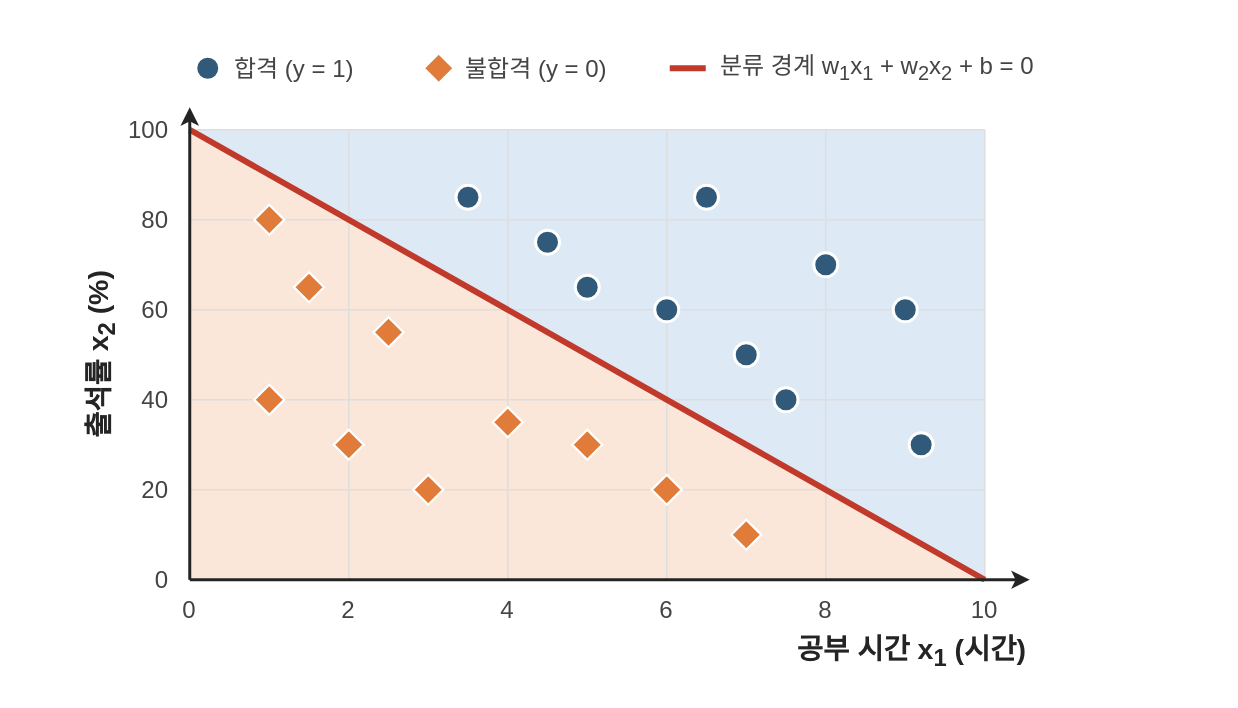
This is site/src/assets/diagrams/perceptron-boundary.drawio from jongbob1918/jongbob1918.github.io, a draw.io file, before an edit. Source tidied: cells renumbered, new cells numbered last; positions are measured from the earlier drawing's top-left corner, leaving out a move shared by most shapes. Both pictures are drawn from the tidied source at 150%, with x=0, y=0 at pixel (-33, 26).
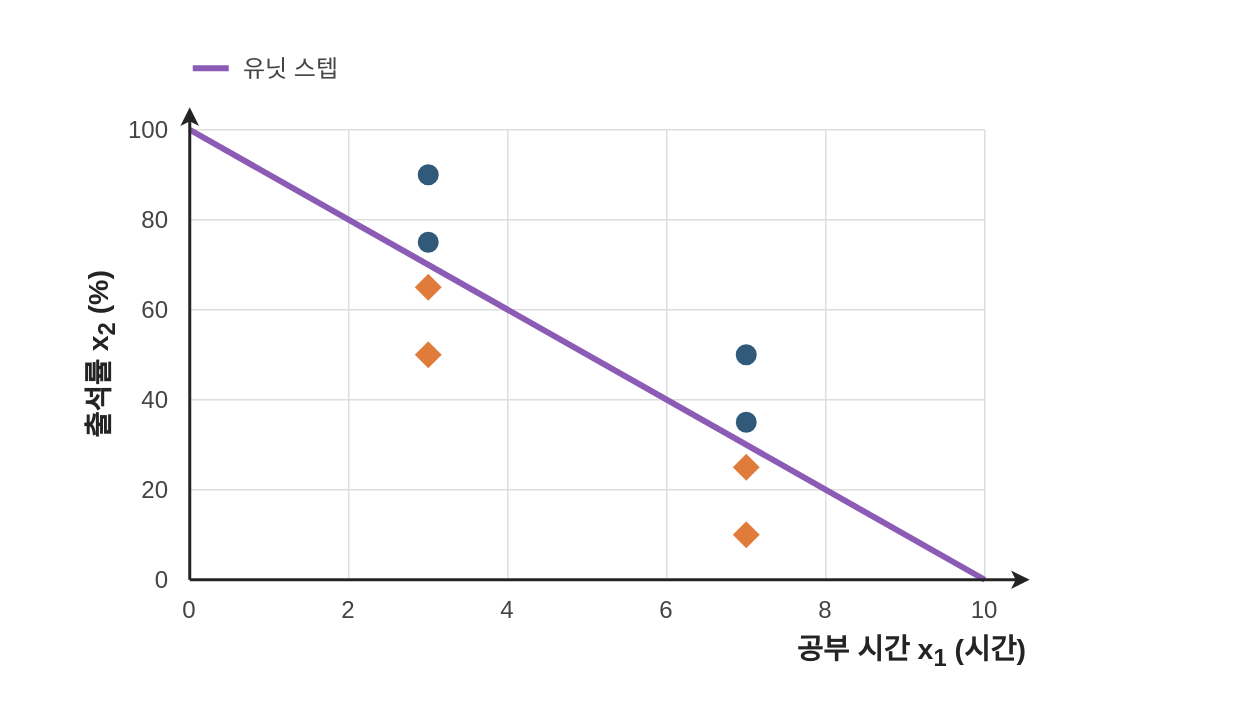
Above is the later version.

What changed in the source:
```diff
@@
-    <mxCell id="3" style="shape=mxgraph.basic.polygon;polyCoords=[[0,0],[1,0],[1,1]];polyline=0;fillColor=#dde9f4;strokeColor=none;" parent="1" vertex="1">
-      <mxGeometry x="148" y="69" width="530" height="300" as="geometry" />
+    <mxCell id="3" style="strokeColor=#dedede;strokeWidth=1;rounded=0;endArrow=none;" parent="1" edge="1">
+      <mxGeometry relative="1" as="geometry">
+        <mxPoint x="148" y="369" as="sourcePoint" />
+        <mxPoint x="678" y="369" as="targetPoint" />
+      </mxGeometry>
     </mxCell>
-    <mxCell id="4" style="shape=mxgraph.basic.polygon;polyCoords=[[0,0],[0,1],[1,1]];polyline=0;fillColor=#fbe7da;strokeColor=none;" parent="1" vertex="1">
-      <mxGeometry x="148" y="69" width="530" height="300" as="geometry" />
+    <mxCell id="4" value="0" style="text;html=1;whiteSpace=wrap;strokeColor=none;fillColor=none;align=right;verticalAlign=middle;fontSize=16;fontColor=#444444;fontStyle=0;" parent="1" vertex="1">
+      <mxGeometry x="86" y="355" width="50" height="28" as="geometry" />
     </mxCell>
     <mxCell id="5" style="strokeColor=#dedede;strokeWidth=1;rounded=0;endArrow=none;" parent="1" edge="1">
       <mxGeometry relative="1" as="geometry">
-        <mxPoint x="148" y="369" as="sourcePoint" />
-        <mxPoint x="678" y="369" as="targetPoint" />
+        <mxPoint x="148" y="309" as="sourcePoint" />
+        <mxPoint x="678" y="309" as="targetPoint" />
       </mxGeometry>
     </mxCell>
-    <mxCell id="6" value="0" style="text;html=1;whiteSpace=wrap;strokeColor=none;fillColor=none;align=right;verticalAlign=middle;fontSize=16;fontColor=#444444;fontStyle=0;" parent="1" vertex="1">
-      <mxGeometry x="86" y="355" width="50" height="28" as="geometry" />
+    <mxCell id="6" value="20" style="text;html=1;whiteSpace=wrap;strokeColor=none;fillColor=none;align=right;verticalAlign=middle;fontSize=16;fontColor=#444444;fontStyle=0;" parent="1" vertex="1">
+      <mxGeometry x="86" y="295" width="50" height="28" as="geometry" />
     </mxCell>
     <mxCell id="7" style="strokeColor=#dedede;strokeWidth=1;rounded=0;endArrow=none;" parent="1" edge="1">
       <mxGeometry relative="1" as="geometry">
-        <mxPoint x="148" y="309" as="sourcePoint" />
-        <mxPoint x="678" y="309" as="targetPoint" />
+        <mxPoint x="148" y="249" as="sourcePoint" />
+        <mxPoint x="678" y="249" as="targetPoint" />
       </mxGeometry>
     </mxCell>
-    <mxCell id="8" value="20" style="text;html=1;whiteSpace=wrap;strokeColor=none;fillColor=none;align=right;verticalAlign=middle;fontSize=16;fontColor=#444444;fontStyle=0;" parent="1" vertex="1">
-      <mxGeometry x="86" y="295" width="50" height="28" as="geometry" />
+    <mxCell id="8" value="40" style="text;html=1;whiteSpace=wrap;strokeColor=none;fillColor=none;align=right;verticalAlign=middle;fontSize=16;fontColor=#444444;fontStyle=0;" parent="1" vertex="1">
+      <mxGeometry x="86" y="235" width="50" height="28" as="geometry" />
     </mxCell>
     <mxCell id="9" style="strokeColor=#dedede;strokeWidth=1;rounded=0;endArrow=none;" parent="1" edge="1">
       <mxGeometry relative="1" as="geometry">
-        <mxPoint x="148" y="249" as="sourcePoint" />
-        <mxPoint x="678" y="249" as="targetPoint" />
+        <mxPoint x="148" y="189" as="sourcePoint" />
+        <mxPoint x="678" y="189" as="targetPoint" />
       </mxGeometry>
     </mxCell>
-    <mxCell id="10" value="40" style="text;html=1;whiteSpace=wrap;strokeColor=none;fillColor=none;align=right;verticalAlign=middle;fontSize=16;fontColor=#444444;fontStyle=0;" parent="1" vertex="1">
-      <mxGeometry x="86" y="235" width="50" height="28" as="geometry" />
+    <mxCell id="10" value="60" style="text;html=1;whiteSpace=wrap;strokeColor=none;fillColor=none;align=right;verticalAlign=middle;fontSize=16;fontColor=#444444;fontStyle=0;" parent="1" vertex="1">
+      <mxGeometry x="86" y="175" width="50" height="28" as="geometry" />
     </mxCell>
     <mxCell id="11" style="strokeColor=#dedede;strokeWidth=1;rounded=0;endArrow=none;" parent="1" edge="1">
       <mxGeometry relative="1" as="geometry">
-        <mxPoint x="148" y="189" as="sourcePoint" />
-        <mxPoint x="678" y="189" as="targetPoint" />
+        <mxPoint x="148" y="129" as="sourcePoint" />
+        <mxPoint x="678" y="129" as="targetPoint" />
       </mxGeometry>
     </mxCell>
-    <mxCell id="12" value="60" style="text;html=1;whiteSpace=wrap;strokeColor=none;fillColor=none;align=right;verticalAlign=middle;fontSize=16;fontColor=#444444;fontStyle=0;" parent="1" vertex="1">
-      <mxGeometry x="86" y="175" width="50" height="28" as="geometry" />
+    <mxCell id="12" value="80" style="text;html=1;whiteSpace=wrap;strokeColor=none;fillColor=none;align=right;verticalAlign=middle;fontSize=16;fontColor=#444444;fontStyle=0;" parent="1" vertex="1">
+      <mxGeometry x="86" y="115" width="50" height="28" as="geometry" />
     </mxCell>
     <mxCell id="13" style="strokeColor=#dedede;strokeWidth=1;rounded=0;endArrow=none;" parent="1" edge="1">
       <mxGeometry relative="1" as="geometry">
-        <mxPoint x="148" y="129" as="sourcePoint" />
-        <mxPoint x="678" y="129" as="targetPoint" />
+        <mxPoint x="148" y="69" as="sourcePoint" />
+        <mxPoint x="678" y="69" as="targetPoint" />
       </mxGeometry>
     </mxCell>
-    <mxCell id="14" value="80" style="text;html=1;whiteSpace=wrap;strokeColor=none;fillColor=none;align=right;verticalAlign=middle;fontSize=16;fontColor=#444444;fontStyle=0;" parent="1" vertex="1">
-      <mxGeometry x="86" y="115" width="50" height="28" as="geometry" />
+    <mxCell id="14" value="100" style="text;html=1;whiteSpace=wrap;strokeColor=none;fillColor=none;align=right;verticalAlign=middle;fontSize=16;fontColor=#444444;fontStyle=0;" parent="1" vertex="1">
+      <mxGeometry x="86" y="55" width="50" height="28" as="geometry" />
     </mxCell>
     <mxCell id="15" style="strokeColor=#dedede;strokeWidth=1;rounded=0;endArrow=none;" parent="1" edge="1">
       <mxGeometry relative="1" as="geometry">
         <mxPoint x="148" y="69" as="sourcePoint" />
-        <mxPoint x="678" y="69" as="targetPoint" />
+        <mxPoint x="148" y="369" as="targetPoint" />
       </mxGeometry>
     </mxCell>
-    <mxCell id="16" value="100" style="text;html=1;whiteSpace=wrap;strokeColor=none;fillColor=none;align=right;verticalAlign=middle;fontSize=16;fontColor=#444444;fontStyle=0;" parent="1" vertex="1">
-      <mxGeometry x="86" y="55" width="50" height="28" as="geometry" />
+    <mxCell id="16" value="0" style="text;html=1;whiteSpace=wrap;strokeColor=none;fillColor=none;align=center;verticalAlign=middle;fontSize=16;fontColor=#444444;fontStyle=0;" parent="1" vertex="1">
+      <mxGeometry x="118" y="375" width="60" height="28" as="geometry" />
     </mxCell>
     <mxCell id="17" style="strokeColor=#dedede;strokeWidth=1;rounded=0;endArrow=none;" parent="1" edge="1">
       <mxGeometry relative="1" as="geometry">
-        <mxPoint x="148" y="69" as="sourcePoint" />
-        <mxPoint x="148" y="369" as="targetPoint" />
+        <mxPoint x="254" y="69" as="sourcePoint" />
+        <mxPoint x="254" y="369" as="targetPoint" />
       </mxGeometry>
     </mxCell>
-    <mxCell id="18" value="0" style="text;html=1;whiteSpace=wrap;strokeColor=none;fillColor=none;align=center;verticalAlign=middle;fontSize=16;fontColor=#444444;fontStyle=0;" parent="1" vertex="1">
-      <mxGeometry x="118" y="375" width="60" height="28" as="geometry" />
+    <mxCell id="18" value="2" style="text;html=1;whiteSpace=wrap;strokeColor=none;fillColor=none;align=center;verticalAlign=middle;fontSize=16;fontColor=#444444;fontStyle=0;" parent="1" vertex="1">
+      <mxGeometry x="224" y="375" width="60" height="28" as="geometry" />
     </mxCell>
     <mxCell id="19" style="strokeColor=#dedede;strokeWidth=1;rounded=0;endArrow=none;" parent="1" edge="1">
       <mxGeometry relative="1" as="geometry">
-        <mxPoint x="254" y="69" as="sourcePoint" />
-        <mxPoint x="254" y="369" as="targetPoint" />
+        <mxPoint x="360" y="69" as="sourcePoint" />
+        <mxPoint x="360" y="369" as="targetPoint" />
       </mxGeometry>
     </mxCell>
-    <mxCell id="20" value="2" style="text;html=1;whiteSpace=wrap;strokeColor=none;fillColor=none;align=center;verticalAlign=middle;fontSize=16;fontColor=#444444;fontStyle=0;" parent="1" vertex="1">
-      <mxGeometry x="224" y="375" width="60" height="28" as="geometry" />
+    <mxCell id="20" value="4" style="text;html=1;whiteSpace=wrap;strokeColor=none;fillColor=none;align=center;verticalAlign=middle;fontSize=16;fontColor=#444444;fontStyle=0;" parent="1" vertex="1">
+      <mxGeometry x="330" y="375" width="60" height="28" as="geometry" />
     </mxCell>
     <mxCell id="21" style="strokeColor=#dedede;strokeWidth=1;rounded=0;endArrow=none;" parent="1" edge="1">
       <mxGeometry relative="1" as="geometry">
-        <mxPoint x="360" y="69" as="sourcePoint" />
-        <mxPoint x="360" y="369" as="targetPoint" />
+        <mxPoint x="466" y="69" as="sourcePoint" />
+        <mxPoint x="466" y="369" as="targetPoint" />
       </mxGeometry>
     </mxCell>
-    <mxCell id="22" value="4" style="text;html=1;whiteSpace=wrap;strokeColor=none;fillColor=none;align=center;verticalAlign=middle;fontSize=16;fontColor=#444444;fontStyle=0;" parent="1" vertex="1">
-      <mxGeometry x="330" y="375" width="60" height="28" as="geometry" />
+    <mxCell id="22" value="6" style="text;html=1;whiteSpace=wrap;strokeColor=none;fillColor=none;align=center;verticalAlign=middle;fontSize=16;fontColor=#444444;fontStyle=0;" parent="1" vertex="1">
+      <mxGeometry x="436" y="375" width="60" height="28" as="geometry" />
     </mxCell>
     <mxCell id="23" style="strokeColor=#dedede;strokeWidth=1;rounded=0;endArrow=none;" parent="1" edge="1">
       <mxGeometry relative="1" as="geometry">
-        <mxPoint x="466" y="69" as="sourcePoint" />
-        <mxPoint x="466" y="369" as="targetPoint" />
+        <mxPoint x="572" y="69" as="sourcePoint" />
+        <mxPoint x="572" y="369" as="targetPoint" />
       </mxGeometry>
     </mxCell>
-    <mxCell id="24" value="6" style="text;html=1;whiteSpace=wrap;strokeColor=none;fillColor=none;align=center;verticalAlign=middle;fontSize=16;fontColor=#444444;fontStyle=0;" parent="1" vertex="1">
-      <mxGeometry x="436" y="375" width="60" height="28" as="geometry" />
+    <mxCell id="24" value="8" style="text;html=1;whiteSpace=wrap;strokeColor=none;fillColor=none;align=center;verticalAlign=middle;fontSize=16;fontColor=#444444;fontStyle=0;" parent="1" vertex="1">
+      <mxGeometry x="542" y="375" width="60" height="28" as="geometry" />
     </mxCell>
     <mxCell id="25" style="strokeColor=#dedede;strokeWidth=1;rounded=0;endArrow=none;" parent="1" edge="1">
       <mxGeometry relative="1" as="geometry">
-        <mxPoint x="572" y="69" as="sourcePoint" />
-        <mxPoint x="572" y="369" as="targetPoint" />
+        <mxPoint x="678" y="69" as="sourcePoint" />
+        <mxPoint x="678" y="369" as="targetPoint" />
       </mxGeometry>
     </mxCell>
-    <mxCell id="26" value="8" style="text;html=1;whiteSpace=wrap;strokeColor=none;fillColor=none;align=center;verticalAlign=middle;fontSize=16;fontColor=#444444;fontStyle=0;" parent="1" vertex="1">
-      <mxGeometry x="542" y="375" width="60" height="28" as="geometry" />
+    <mxCell id="26" value="10" style="text;html=1;whiteSpace=wrap;strokeColor=none;fillColor=none;align=center;verticalAlign=middle;fontSize=16;fontColor=#444444;fontStyle=0;" parent="1" vertex="1">
+      <mxGeometry x="648" y="375" width="60" height="28" as="geometry" />
     </mxCell>
-    <mxCell id="27" style="strokeColor=#dedede;strokeWidth=1;rounded=0;endArrow=none;" parent="1" edge="1">
+    <mxCell id="27" style="strokeColor=#8b5bb5;strokeWidth=4;rounded=0;endArrow=none;" parent="1" edge="1">
       <mxGeometry relative="1" as="geometry">
-        <mxPoint x="678" y="69" as="sourcePoint" />
+        <mxPoint x="148" y="69" as="sourcePoint" />
         <mxPoint x="678" y="369" as="targetPoint" />
       </mxGeometry>
     </mxCell>
-    <mxCell id="28" value="10" style="text;html=1;whiteSpace=wrap;strokeColor=none;fillColor=none;align=center;verticalAlign=middle;fontSize=16;fontColor=#444444;fontStyle=0;" parent="1" vertex="1">
-      <mxGeometry x="648" y="375" width="60" height="28" as="geometry" />
+    <mxCell id="28" style="rhombus;html=1;fillColor=#e07b39;strokeColor=#ffffff;strokeWidth=1.5;" parent="1" vertex="1">
+      <mxGeometry x="297" y="164" width="20" height="20" as="geometry" />
     </mxCell>
-    <mxCell id="29" style="strokeColor=#c0392b;strokeWidth=4;rounded=0;endArrow=none;" parent="1" edge="1">
-      <mxGeometry relative="1" as="geometry">
-        <mxPoint x="148" y="69" as="sourcePoint" />
-        <mxPoint x="678" y="369" as="targetPoint" />
-      </mxGeometry>
+    <mxCell id="29" style="rhombus;html=1;fillColor=#e07b39;strokeColor=#ffffff;strokeWidth=1.5;" parent="1" vertex="1">
+      <mxGeometry x="297" y="209" width="20" height="20" as="geometry" />
     </mxCell>
     <mxCell id="30" style="rhombus;html=1;fillColor=#e07b39;strokeColor=#ffffff;strokeWidth=1.5;" parent="1" vertex="1">
-      <mxGeometry x="191" y="239" width="20" height="20" as="geometry" />
+      <mxGeometry x="509" y="284" width="20" height="20" as="geometry" />
     </mxCell>
     <mxCell id="31" style="rhombus;html=1;fillColor=#e07b39;strokeColor=#ffffff;strokeWidth=1.5;" parent="1" vertex="1">
-      <mxGeometry x="191" y="119" width="20" height="20" as="geometry" />
+      <mxGeometry x="509" y="329" width="20" height="20" as="geometry" />
     </mxCell>
-    <mxCell id="32" style="rhombus;html=1;fillColor=#e07b39;strokeColor=#ffffff;strokeWidth=1.5;" parent="1" vertex="1">
-      <mxGeometry x="217.5" y="164" width="20" height="20" as="geometry" />
+    <mxCell id="32" style="ellipse;html=1;fillColor=#315a7a;strokeColor=#ffffff;strokeWidth=2;" parent="1" vertex="1">
+      <mxGeometry x="299" y="136" width="16" height="16" as="geometry" />
     </mxCell>
-    <mxCell id="33" style="rhombus;html=1;fillColor=#e07b39;strokeColor=#ffffff;strokeWidth=1.5;" parent="1" vertex="1">
-      <mxGeometry x="244" y="269" width="20" height="20" as="geometry" />
+    <mxCell id="33" style="ellipse;html=1;fillColor=#315a7a;strokeColor=#ffffff;strokeWidth=2;" parent="1" vertex="1">
+      <mxGeometry x="299" y="91" width="16" height="16" as="geometry" />
     </mxCell>
-    <mxCell id="34" style="rhombus;html=1;fillColor=#e07b39;strokeColor=#ffffff;strokeWidth=1.5;" parent="1" vertex="1">
-      <mxGeometry x="270.5" y="194" width="20" height="20" as="geometry" />
+    <mxCell id="34" style="ellipse;html=1;fillColor=#315a7a;strokeColor=#ffffff;strokeWidth=2;" parent="1" vertex="1">
+      <mxGeometry x="511" y="256" width="16" height="16" as="geometry" />
     </mxCell>
-    <mxCell id="35" style="rhombus;html=1;fillColor=#e07b39;strokeColor=#ffffff;strokeWidth=1.5;" parent="1" vertex="1">
-      <mxGeometry x="297" y="299" width="20" height="20" as="geometry" />
+    <mxCell id="35" style="ellipse;html=1;fillColor=#315a7a;strokeColor=#ffffff;strokeWidth=2;" parent="1" vertex="1">
+      <mxGeometry x="511" y="211" width="16" height="16" as="geometry" />
     </mxCell>
-    <mxCell id="36" style="rhombus;html=1;fillColor=#e07b39;strokeColor=#ffffff;strokeWidth=1.5;" parent="1" vertex="1">
-      <mxGeometry x="350" y="254" width="20" height="20" as="geometry" />
+    <mxCell id="36" style="strokeColor=#242424;strokeWidth=2;rounded=0;endArrow=classic;endFill=1;" parent="1" edge="1">
+      <mxGeometry relative="1" as="geometry">
+        <mxPoint x="148" y="369" as="sourcePoint" />
+        <mxPoint x="708" y="369" as="targetPoint" />
+      </mxGeometry>
     </mxCell>
-    <mxCell id="37" style="rhombus;html=1;fillColor=#e07b39;strokeColor=#ffffff;strokeWidth=1.5;" parent="1" vertex="1">
-      <mxGeometry x="403" y="269" width="20" height="20" as="geometry" />
+    <mxCell id="37" style="strokeColor=#242424;strokeWidth=2;rounded=0;endArrow=classic;endFill=1;" parent="1" edge="1">
+      <mxGeometry relative="1" as="geometry">
+        <mxPoint x="148" y="369" as="sourcePoint" />
+        <mxPoint x="148" y="54" as="targetPoint" />
+      </mxGeometry>
     </mxCell>
-    <mxCell id="38" style="rhombus;html=1;fillColor=#e07b39;strokeColor=#ffffff;strokeWidth=1.5;" parent="1" vertex="1">
-      <mxGeometry x="456" y="299" width="20" height="20" as="geometry" />
+    <mxCell id="38" value="공부 시간 x&lt;sub&gt;1&lt;/sub&gt; (시간)" style="text;html=1;whiteSpace=wrap;strokeColor=none;fillColor=none;align=right;verticalAlign=middle;fontSize=19;fontColor=#242424;fontStyle=1;" parent="1" vertex="1">
+      <mxGeometry x="408" y="403" width="300" height="30" as="geometry" />
     </mxCell>
-    <mxCell id="39" style="rhombus;html=1;fillColor=#e07b39;strokeColor=#ffffff;strokeWidth=1.5;" parent="1" vertex="1">
-      <mxGeometry x="509" y="329" width="20" height="20" as="geometry" />
+    <mxCell id="39" value="출석률 x&lt;sub&gt;2&lt;/sub&gt; (%)" style="text;html=1;whiteSpace=wrap;strokeColor=none;fillColor=none;align=center;verticalAlign=middle;fontSize=19;fontColor=#242424;fontStyle=1;rotation=-90;" parent="1" vertex="1">
+      <mxGeometry y="204" width="180" height="30" as="geometry" />
     </mxCell>
-    <mxCell id="40" style="ellipse;html=1;fillColor=#315a7a;strokeColor=#ffffff;strokeWidth=2;" parent="1" vertex="1">
-      <mxGeometry x="325.5" y="106" width="16" height="16" as="geometry" />
+    <mxCell id="40" style="strokeColor=#8b5bb5;strokeWidth=4;rounded=0;endArrow=none;" parent="1" edge="1">
+      <mxGeometry relative="1" as="geometry">
+        <mxPoint x="150" y="28" as="sourcePoint" />
+        <mxPoint x="174" y="28" as="targetPoint" />
+      </mxGeometry>
     </mxCell>
-    <mxCell id="41" style="ellipse;html=1;fillColor=#315a7a;strokeColor=#ffffff;strokeWidth=2;" parent="1" vertex="1">
-      <mxGeometry x="378.5" y="136" width="16" height="16" as="geometry" />
+    <mxCell id="41" value="유닛 스텝" style="text;html=1;whiteSpace=wrap;strokeColor=none;fillColor=none;align=left;verticalAlign=middle;fontSize=16;fontColor=#444444;fontStyle=0;" parent="1" vertex="1">
+      <mxGeometry x="182" y="13" width="110" height="30" as="geometry" />
     </mxCell>
-    <mxCell id="42" style="ellipse;html=1;fillColor=#315a7a;strokeColor=#ffffff;strokeWidth=2;" parent="1" vertex="1">
-      <mxGeometry x="405" y="166" width="16" height="16" as="geometry" />
-    </mxCell>
-    <mxCell id="43" style="ellipse;html=1;fillColor=#315a7a;strokeColor=#ffffff;strokeWidth=2;" parent="1" vertex="1">
-      <mxGeometry x="458" y="181" width="16" height="16" as="geometry" />
-    </mxCell>
-    <mxCell id="44" style="ellipse;html=1;fillColor=#315a7a;strokeColor=#ffffff;strokeWidth=2;" parent="1" vertex="1">
-      <mxGeometry x="484.5" y="106" width="16" height="16" as="geometry" />
-    </mxCell>
-    <mxCell id="45" style="ellipse;html=1;fillColor=#315a7a;strokeColor=#ffffff;strokeWidth=2;" parent="1" vertex="1">
-      <mxGeometry x="511" y="211" width="16" height="16" as="geometry" />
-    </mxCell>
-    <mxCell id="46" style="ellipse;html=1;fillColor=#315a7a;strokeColor=#ffffff;strokeWidth=2;" parent="1" vertex="1">
-      <mxGeometry x="537.5" y="241" width="16" height="16" as="geometry" />
-    </mxCell>
-    <mxCell id="47" style="ellipse;html=1;fillColor=#315a7a;strokeColor=#ffffff;strokeWidth=2;" parent="1" vertex="1">
-      <mxGeometry x="564" y="151" width="16" height="16" as="geometry" />
-    </mxCell>
-    <mxCell id="48" style="ellipse;html=1;fillColor=#315a7a;strokeColor=#ffffff;strokeWidth=2;" parent="1" vertex="1">
-      <mxGeometry x="617" y="181" width="16" height="16" as="geometry" />
-    </mxCell>
-    <mxCell id="49" style="ellipse;html=1;fillColor=#315a7a;strokeColor=#ffffff;strokeWidth=2;" parent="1" vertex="1">
-      <mxGeometry x="627.6" y="271" width="16" height="16" as="geometry" />
-    </mxCell>
-    <mxCell id="50" style="strokeColor=#242424;strokeWidth=2;rounded=0;endArrow=classic;endFill=1;" parent="1" edge="1">
-      <mxGeometry relative="1" as="geometry">
-        <mxPoint x="148" y="369" as="sourcePoint" />
-        <mxPoint x="708" y="369" as="targetPoint" />
-      </mxGeometry>
-    </mxCell>
-    <mxCell id="51" style="strokeColor=#242424;strokeWidth=2;rounded=0;endArrow=classic;endFill=1;" parent="1" edge="1">
-      <mxGeometry relative="1" as="geometry">
-        <mxPoint x="148" y="369" as="sourcePoint" />
-        <mxPoint x="148" y="54" as="targetPoint" />
-      </mxGeometry>
-    </mxCell>
-    <mxCell id="52" value="공부 시간 x&lt;sub&gt;1&lt;/sub&gt; (시간)" style="text;html=1;whiteSpace=wrap;strokeColor=none;fillColor=none;align=right;verticalAlign=middle;fontSize=19;fontColor=#242424;fontStyle=1;" parent="1" vertex="1">
-      <mxGeometry x="408" y="403" width="300" height="30" as="geometry" />
-    </mxCell>
-    <mxCell id="53" value="출석률 x&lt;sub&gt;2&lt;/sub&gt; (%)" style="text;html=1;whiteSpace=wrap;strokeColor=none;fillColor=none;align=center;verticalAlign=middle;fontSize=19;fontColor=#242424;fontStyle=1;rotation=-90;" parent="1" vertex="1">
-      <mxGeometry y="204" width="180" height="30" as="geometry" />
-    </mxCell>
-    <mxCell id="54" style="ellipse;html=1;fillColor=#315a7a;strokeColor=#ffffff;strokeWidth=2;" parent="1" vertex="1">
-      <mxGeometry x="152" y="20" width="16" height="16" as="geometry" />
-    </mxCell>
-    <mxCell id="55" value="합격 (y = 1)" style="text;html=1;whiteSpace=wrap;strokeColor=none;fillColor=none;align=left;verticalAlign=middle;fontSize=16;fontColor=#444444;fontStyle=0;" parent="1" vertex="1">
-      <mxGeometry x="176" y="13" width="110" height="30" as="geometry" />
-    </mxCell>
-    <mxCell id="56" style="rhombus;html=1;fillColor=#e07b39;strokeColor=#ffffff;strokeWidth=1.5;" parent="1" vertex="1">
-      <mxGeometry x="304" y="18" width="20" height="20" as="geometry" />
-    </mxCell>
-    <mxCell id="57" value="불합격 (y = 0)" style="text;html=1;whiteSpace=wrap;strokeColor=none;fillColor=none;align=left;verticalAlign=middle;fontSize=16;fontColor=#444444;fontStyle=0;" parent="1" vertex="1">
-      <mxGeometry x="330" y="13" width="120" height="30" as="geometry" />
-    </mxCell>
-    <mxCell id="58" style="strokeColor=#c0392b;strokeWidth=4;rounded=0;endArrow=none;" parent="1" edge="1">
-      <mxGeometry relative="1" as="geometry">
-        <mxPoint x="468" y="28" as="sourcePoint" />
-        <mxPoint x="492" y="28" as="targetPoint" />
-      </mxGeometry>
-    </mxCell>
-    <mxCell id="59" value="분류 경계 w&lt;sub&gt;1&lt;/sub&gt;x&lt;sub&gt;1&lt;/sub&gt; + w&lt;sub&gt;2&lt;/sub&gt;x&lt;sub&gt;2&lt;/sub&gt; + b = 0" style="text;html=1;whiteSpace=wrap;strokeColor=none;fillColor=none;align=left;verticalAlign=middle;fontSize=16;fontColor=#444444;fontStyle=0;" parent="1" vertex="1">
-      <mxGeometry x="500" y="13" width="330" height="30" as="geometry" />
-    </mxCell>
```
